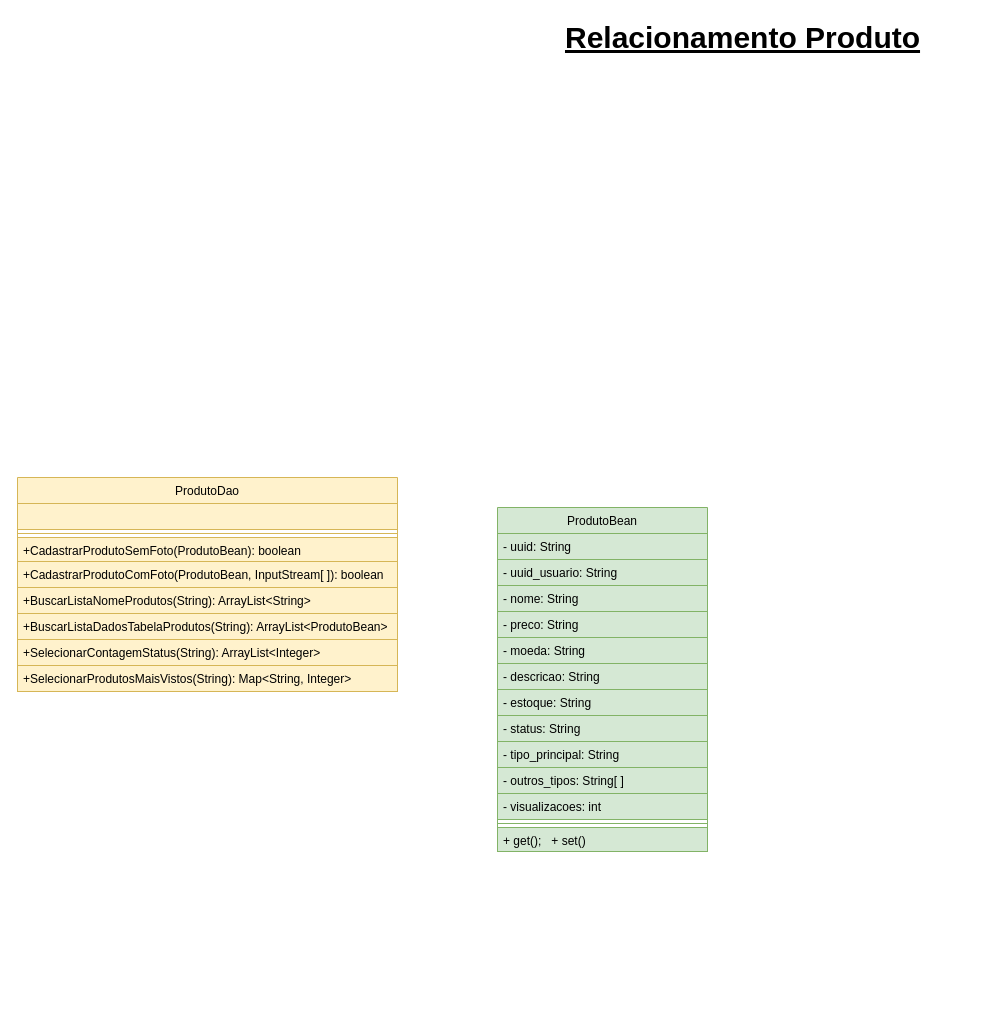
CSFelix/UML keeps this draw.io diagram as page "Relacionamento Produto" (4 of 7) of TCC/Classes.drawio. Above is the earlier version. Source tidied: cells renumbered, new cells numbered last; positions are measured from the earlier drawing's top-left corner, leaving out a move shared by most shapes. Both pictures are drawn from the tidied source at 100%, with x=0, y=0 at pixel (17, 17).
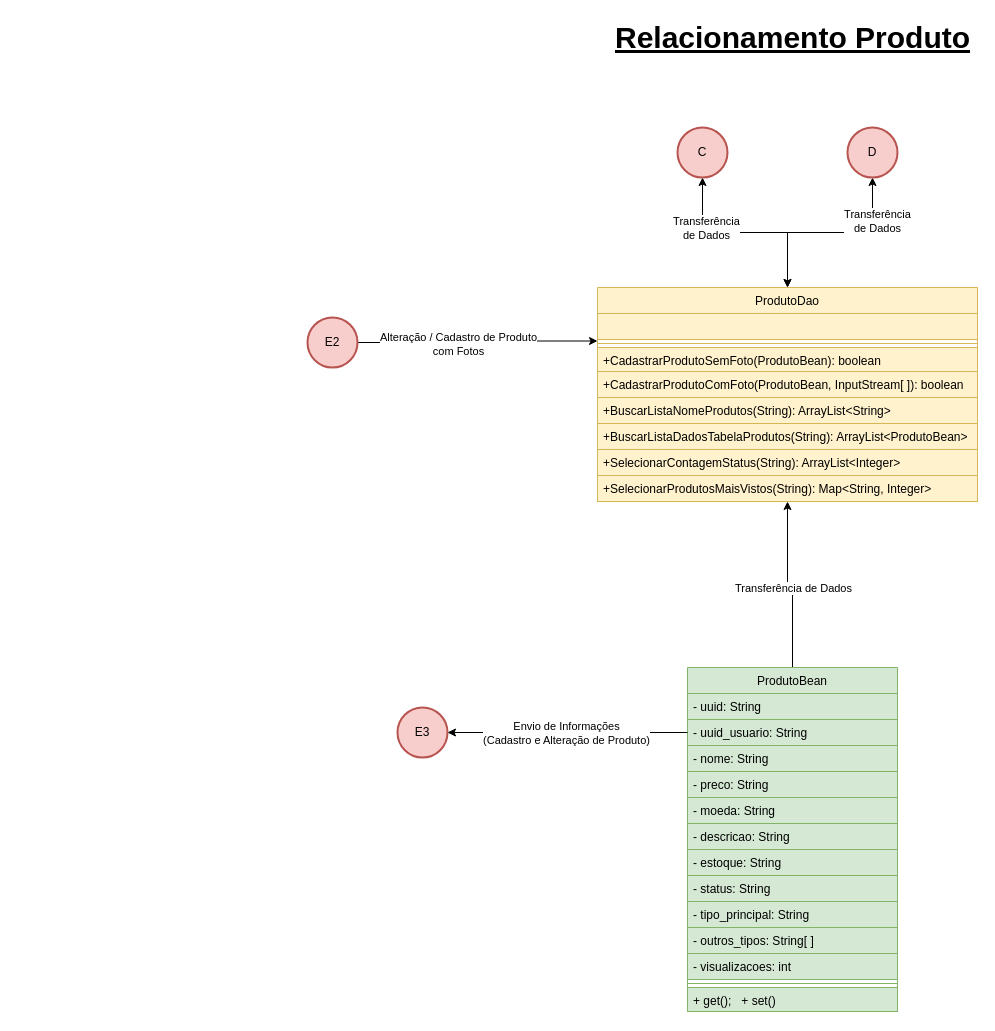
The same page after the edit.

Unchanged cells that the change refers to:
```xml
<mxCell id="14" value="- uuid_usuario: String" style="text;align=left;verticalAlign=top;spacingLeft=4;spacingRight=4;overflow=hidden;points=[[0,0.5],[1,0.5]];portConstraint=eastwest;rounded=0;shadow=0;html=0;fillColor=#d5e8d4;strokeColor=#82b366;" parent="12" vertex="1">
  <mxGeometry y="52" width="210" height="26" as="geometry" />
</mxCell>
```

Change to the diagram source:
```diff
@@
     <mxCell id="2" value="Relacionamento Produto" style="text;html=1;align=center;verticalAlign=middle;rounded=0;fontStyle=5;dashed=1;shadow=0;sketch=0;glass=0;fontSize=30;direction=west;rotation=0;" parent="1" vertex="1">
-      <mxGeometry x="540" width="370" height="40" as="geometry" />
+      <mxGeometry x="590" width="370" height="40" as="geometry" />
     </mxCell>
     <mxCell id="3" value="ProdutoDao" style="swimlane;fontStyle=0;align=center;verticalAlign=top;horizontal=1;startSize=26;rounded=0;shadow=0;strokeWidth=1;fillColor=#fff2cc;strokeColor=#d6b656;" parent="1" vertex="1">
-      <mxGeometry y="460" width="380" height="214" as="geometry" />
+      <mxGeometry x="580" y="270" width="380" height="214" as="geometry" />
     </mxCell>
@@
+    <mxCell id="26" style="edgeStyle=orthogonalEdgeStyle;rounded=0;jettySize=auto;html=1;entryX=0.5;entryY=1;entryDx=0;entryDy=0;startArrow=none;startFill=0;" parent="1" edge="1" source="12" target="3">
+      <mxGeometry relative="1" as="geometry" />
+    </mxCell>
+    <mxCell id="27" value="Transferência de Dados" style="edgeLabel;html=1;align=center;verticalAlign=middle;" parent="26" vertex="1">
+      <mxGeometry x="-0.2" y="-2" relative="1" as="geometry">
+        <mxPoint x="-2" y="-11.8" as="offset" />
+      </mxGeometry>
+    </mxCell>
     <mxCell id="12" value="ProdutoBean" style="swimlane;fontStyle=0;align=center;verticalAlign=top;horizontal=1;startSize=26;rounded=0;shadow=0;strokeWidth=1;fillColor=#d5e8d4;strokeColor=#82b366;" parent="1" vertex="1">
-      <mxGeometry x="480" y="490" width="210" height="344" as="geometry" />
+      <mxGeometry x="670" y="650" width="210" height="344" as="geometry" />
     </mxCell>
@@
+    <mxCell id="28" style="edgeStyle=orthogonalEdgeStyle;rounded=0;jettySize=auto;html=1;startArrow=classic;startFill=1;" parent="1" edge="1" source="30" target="3">
+      <mxGeometry relative="1" as="geometry" />
+    </mxCell>
+    <mxCell id="29" value="Transferência&lt;br&gt;de Dados" style="edgeLabel;html=1;align=center;verticalAlign=middle;" parent="28" vertex="1">
+      <mxGeometry x="-0.49" y="3" relative="1" as="geometry" />
+    </mxCell>
+    <mxCell id="30" value="C" style="strokeWidth=2;html=1;shape=mxgraph.flowchart.start_2;whiteSpace=wrap;fillColor=#f8cecc;strokeColor=#b85450;" parent="1" vertex="1">
+      <mxGeometry x="660" y="110" width="50" height="50" as="geometry" />
+    </mxCell>
+    <mxCell id="31" style="edgeStyle=orthogonalEdgeStyle;rounded=0;jettySize=auto;html=1;startArrow=classic;startFill=1;" parent="1" edge="1" source="33" target="3">
+      <mxGeometry relative="1" as="geometry" />
+    </mxCell>
+    <mxCell id="32" value="Transferência&lt;br&gt;de Dados" style="edgeLabel;html=1;align=center;verticalAlign=middle;" parent="31" vertex="1">
+      <mxGeometry x="-0.55" y="4" relative="1" as="geometry">
+        <mxPoint y="-1" as="offset" />
+      </mxGeometry>
+    </mxCell>
+    <mxCell id="33" value="D" style="strokeWidth=2;html=1;shape=mxgraph.flowchart.start_2;whiteSpace=wrap;fillColor=#f8cecc;strokeColor=#b85450;" parent="1" vertex="1">
+      <mxGeometry x="830" y="110" width="50" height="50" as="geometry" />
+    </mxCell>
+    <mxCell id="34" style="edgeStyle=orthogonalEdgeStyle;rounded=0;jettySize=auto;html=1;entryX=0;entryY=0.25;entryDx=0;entryDy=0;startArrow=none;startFill=0;" parent="1" edge="1" source="36" target="3">
+      <mxGeometry relative="1" as="geometry" />
+    </mxCell>
+    <mxCell id="35" value="Alteração / Cadastro de Produto&lt;br&gt;com Fotos" style="edgeLabel;html=1;align=center;verticalAlign=middle;" parent="34" vertex="1">
+      <mxGeometry x="-0.34" y="4" relative="1" as="geometry">
+        <mxPoint x="20" y="5" as="offset" />
+      </mxGeometry>
+    </mxCell>
+    <mxCell id="36" value="E2" style="strokeWidth=2;html=1;shape=mxgraph.flowchart.start_2;whiteSpace=wrap;fillColor=#f8cecc;strokeColor=#b85450;" parent="1" vertex="1">
+      <mxGeometry x="290" y="300" width="50" height="50" as="geometry" />
+    </mxCell>
+    <mxCell id="37" value="E3" style="strokeWidth=2;html=1;shape=mxgraph.flowchart.start_2;whiteSpace=wrap;fillColor=#f8cecc;strokeColor=#b85450;" parent="1" vertex="1">
+      <mxGeometry x="380" y="690" width="50" height="50" as="geometry" />
+    </mxCell>
+    <mxCell id="38" style="edgeStyle=orthogonalEdgeStyle;rounded=0;jettySize=auto;html=1;entryX=1;entryY=0.5;entryDx=0;entryDy=0;entryPerimeter=0;startArrow=none;startFill=0;" parent="1" edge="1" source="14" target="37">
+      <mxGeometry relative="1" as="geometry" />
+    </mxCell>
+    <mxCell id="39" value="Envio de Informações&lt;br&gt;(Cadastro e Alteração de Produto)" style="edgeLabel;html=1;align=center;verticalAlign=middle;" parent="38" vertex="1">
+      <mxGeometry x="0.31" y="-1" relative="1" as="geometry">
+        <mxPoint x="35" y="1" as="offset" />
+      </mxGeometry>
+    </mxCell>
```
